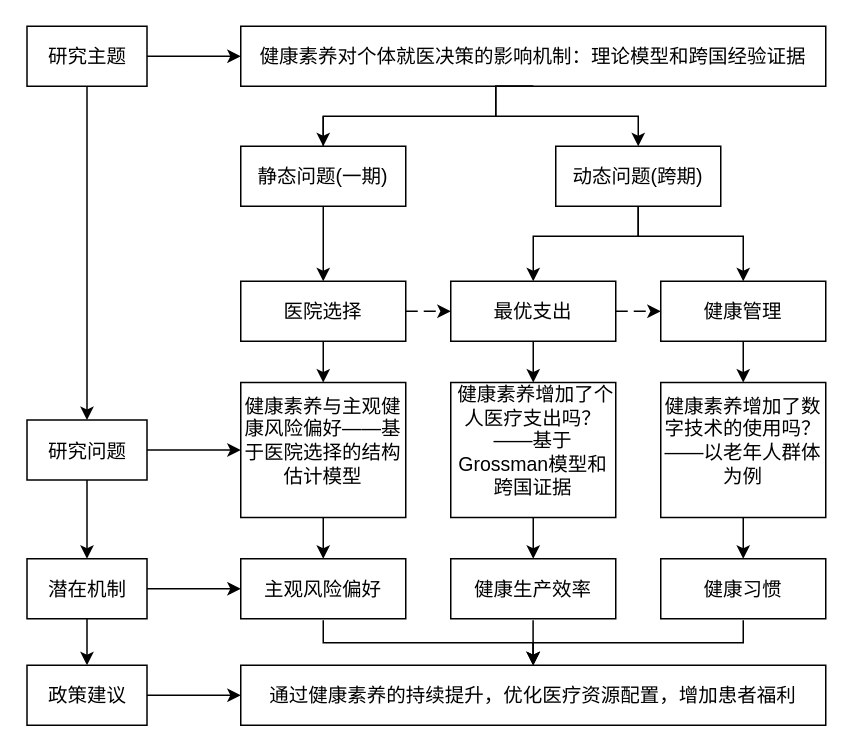
Above: proposal.drawio in BWaaaa/AdvancedDID (draw.io), before the change. Source tidied: cells renumbered, new cells numbered last; positions are measured from the earlier drawing's top-left corner, leaving out a move shared by most shapes. Both pictures are drawn from the tidied source at 150%, with x=0, y=0 at pixel (27, 26).
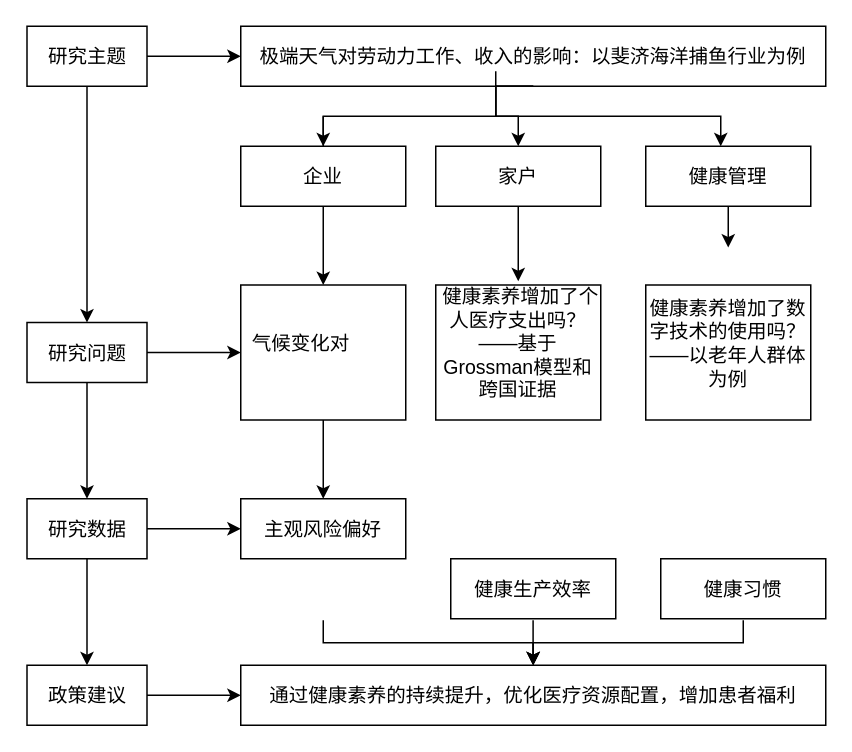
After the change.

Unchanged cells that the change refers to:
```xml
<mxCell id="38" value="健康习惯" style="rounded=0;whiteSpace=wrap;html=1;fontFamily=宋体;fontSize=13;" parent="1" vertex="1">
  <mxGeometry x="422" y="355" width="110" height="40" as="geometry" />
</mxCell>
<mxCell id="39" value="健康生产效率" style="rounded=0;whiteSpace=wrap;html=1;fontFamily=宋体;fontSize=13;" parent="1" vertex="1">
  <mxGeometry x="282" y="355" width="110" height="40" as="geometry" />
</mxCell>
```

Change to the diagram source:
```diff
@@
-    <mxCell id="2" value="&lt;font style=&quot;font-size: 13px;&quot;&gt;健康素养对个体就医决策的影响机制：理论模型和跨国经验证据&lt;/font&gt;" style="rounded=0;whiteSpace=wrap;html=1;fontFamily=宋体;fontSize=13;" parent="1" vertex="1">
+    <mxCell id="2" value="&lt;div&gt;极端天气对劳动力工作、收入的影响：以斐济海洋捕鱼行业为例&lt;/div&gt;" style="rounded=0;whiteSpace=wrap;html=1;fontFamily=宋体;fontSize=13;" parent="1" vertex="1">
       <mxGeometry x="142" width="390" height="40" as="geometry" />
     </mxCell>
-    <mxCell id="3" style="edgeStyle=orthogonalEdgeStyle;rounded=0;jettySize=auto;html=1;fontFamily=宋体;fontSize=13;" parent="1" edge="1" source="4" target="15">
-      <mxGeometry relative="1" as="geometry" />
+    <mxCell id="3" style="edgeStyle=orthogonalEdgeStyle;rounded=0;jettySize=auto;html=1;fontFamily=宋体;fontSize=13;" parent="1" edge="1" source="4">
+      <mxGeometry relative="1" as="geometry">
+        <mxPoint x="467" y="147.5" as="targetPoint" />
+      </mxGeometry>
     </mxCell>
     <mxCell id="4" value="健康管理" style="rounded=0;whiteSpace=wrap;html=1;fontFamily=宋体;fontSize=13;" parent="1" vertex="1">
-      <mxGeometry x="422" y="170" width="110" height="40" as="geometry" />
+      <mxGeometry x="412" y="80" width="110" height="40" as="geometry" />
     </mxCell>
@@
-    <mxCell id="6" style="edgeStyle=orthogonalEdgeStyle;rounded=0;jettySize=auto;html=1;fontFamily=宋体;fontSize=13;" parent="1" edge="1" source="7" target="32">
-      <mxGeometry relative="1" as="geometry" />
-    </mxCell>
+    <mxCell id="44" style="edgeStyle=orthogonalEdgeStyle;rounded=0;jettySize=auto;html=1;" parent="1" edge="1" source="7" target="11">
+      <mxGeometry relative="1" as="geometry" />
+    </mxCell>
-    <mxCell id="7" value="静态问题(一期)" style="rounded=0;whiteSpace=wrap;html=1;fontFamily=宋体;fontSize=13;" parent="1" vertex="1">
+    <mxCell id="7" value="企业" style="rounded=0;whiteSpace=wrap;html=1;fontFamily=宋体;fontSize=13;" parent="1" vertex="1">
       <mxGeometry x="142" y="80" width="110" height="40" as="geometry" />
     </mxCell>
@@
-    <mxCell id="11" value="&lt;span style=&quot;text-indent: -22pt; background-color: initial; font-size: 13px;&quot;&gt;&lt;font style=&quot;font-size: 13px;&quot;&gt;健康素养与主观健康风险偏好——基于医院选择的结构估计模型&lt;/font&gt;&lt;/span&gt;&lt;p style=&quot;margin-top: 0cm; margin-right: 0cm; margin-left: 22pt; text-align: justify; line-height: 150%; font-size: 13px;&quot; class=&quot;MsoListParagraph&quot;&gt;&lt;span style=&quot;font-size: 13px;&quot; lang=&quot;EN-US&quot;&gt;&lt;/span&gt;&lt;/p&gt;" style="rounded=0;whiteSpace=wrap;html=1;fontFamily=宋体;fontSize=13;" parent="1" vertex="1">
-      <mxGeometry x="142" y="237.5" width="110" height="90" as="geometry" />
+    <mxCell id="11" value="&lt;div style=&quot;text-indent: -29.3333px;&quot;&gt;气候变化对&lt;/div&gt;&lt;p style=&quot;margin-top: 0cm; margin-right: 0cm; margin-left: 22pt; text-align: justify; line-height: 150%; font-size: 13px;&quot; class=&quot;MsoListParagraph&quot;&gt;&lt;span style=&quot;font-size: 13px;&quot; lang=&quot;EN-US&quot;&gt;&lt;/span&gt;&lt;/p&gt;" style="rounded=0;whiteSpace=wrap;html=1;fontFamily=宋体;fontSize=13;" parent="1" vertex="1">
+      <mxGeometry x="142" y="172.5" width="110" height="90" as="geometry" />
     </mxCell>
-    <mxCell id="12" style="edgeStyle=orthogonalEdgeStyle;curved=1;rounded=0;jettySize=auto;html=1;fontFamily=宋体;fontSize=13;" parent="1" edge="1" source="13" target="39">
-      <mxGeometry relative="1" as="geometry" />
-    </mxCell>
     <mxCell id="13" value="&lt;font style=&quot;font-size: 13px;&quot;&gt;&lt;span style=&quot;text-align: justify; text-indent: -22pt; background-color: initial; font-size: 13px;&quot; lang=&quot;EN-US&quot;&gt;&amp;nbsp;&lt;/span&gt;&lt;span style=&quot;text-align: justify; text-indent: -22pt; background-color: initial; font-size: 13px;&quot;&gt;健康素养增加了个人医疗支出吗？——基于&lt;/span&gt;&lt;span style=&quot;text-align: justify; text-indent: -22pt; background-color: initial; font-size: 13px;&quot; lang=&quot;EN-US&quot;&gt;Grossman&lt;/span&gt;&lt;span style=&quot;text-align: justify; text-indent: -22pt; background-color: initial; font-size: 13px;&quot;&gt;模型和跨国证据&lt;/span&gt;&lt;/font&gt;&lt;p style=&quot;margin-top: 0cm; margin-right: 0cm; margin-left: 22pt; text-align: justify; line-height: 150%; font-size: 13px;&quot; class=&quot;MsoListParagraph&quot;&gt;&lt;span style=&quot;font-size: 13px;&quot; lang=&quot;EN-US&quot;&gt;&lt;/span&gt;&lt;/p&gt;" style="rounded=0;whiteSpace=wrap;html=1;fontFamily=宋体;fontSize=13;" parent="1" vertex="1">
-      <mxGeometry x="282" y="237.5" width="110" height="90" as="geometry" />
+      <mxGeometry x="272" y="172.5" width="110" height="90" as="geometry" />
     </mxCell>
-    <mxCell id="14" style="edgeStyle=orthogonalEdgeStyle;curved=1;rounded=0;jettySize=auto;html=1;fontFamily=宋体;fontSize=13;" parent="1" edge="1" source="15" target="38">
-      <mxGeometry relative="1" as="geometry" />
-    </mxCell>
     <mxCell id="15" value="&lt;font style=&quot;font-size: 13px;&quot;&gt;&lt;span style=&quot;font-size: 13px;&quot;&gt;健康素养增加了数字技术的使用吗？&lt;/span&gt;&lt;span style=&quot;text-indent: -29.3333px; font-size: 13px;&quot;&gt;——&lt;/span&gt;&lt;span style=&quot;font-size: 13px;&quot;&gt;以老年人群体为例&lt;/span&gt;&lt;/font&gt;&lt;br style=&quot;font-size: 13px;&quot;&gt;&lt;p class=&quot;MsoListParagraph&quot; style=&quot;margin-top: 0cm; margin-right: 0cm; margin-left: 22pt; line-height: 150%; font-size: 13px;&quot;&gt;&lt;span lang=&quot;EN-US&quot; style=&quot;font-size: 13px;&quot;&gt;&lt;/span&gt;&lt;/p&gt;" style="rounded=0;whiteSpace=wrap;html=1;align=center;fontFamily=宋体;fontSize=13;" parent="1" vertex="1">
-      <mxGeometry x="422" y="237.5" width="110" height="90" as="geometry" />
+      <mxGeometry x="412" y="172.5" width="110" height="90" as="geometry" />
     </mxCell>
@@
+    <mxCell id="45" style="edgeStyle=orthogonalEdgeStyle;rounded=0;jettySize=auto;html=1;" parent="1" edge="1" source="18">
+      <mxGeometry relative="1" as="geometry">
+        <mxPoint x="327" y="170" as="targetPoint" />
+      </mxGeometry>
+    </mxCell>
-    <mxCell id="18" value="动态问题(跨期)" style="rounded=0;whiteSpace=wrap;html=1;fontFamily=宋体;fontSize=13;" parent="1" vertex="1">
-      <mxGeometry x="352" y="80" width="110" height="40" as="geometry" />
+    <mxCell id="18" value="家户" style="rounded=0;whiteSpace=wrap;html=1;fontFamily=宋体;fontSize=13;" parent="1" vertex="1">
+      <mxGeometry x="272" y="80" width="110" height="40" as="geometry" />
     </mxCell>
@@
     <mxCell id="23" value="研究问题" style="rounded=0;whiteSpace=wrap;html=1;fontFamily=宋体;fontSize=13;" parent="1" vertex="1">
-      <mxGeometry x="-0.5" y="262.5" width="80" height="40" as="geometry" />
+      <mxGeometry x="-0.5" y="197.5" width="80" height="40" as="geometry" />
     </mxCell>
@@
-    <mxCell id="26" value="潜在机制" style="rounded=0;whiteSpace=wrap;html=1;fontFamily=宋体;fontSize=13;" parent="1" vertex="1">
-      <mxGeometry x="-0.5" y="355" width="80" height="40" as="geometry" />
+    <mxCell id="26" value="研究数据" style="rounded=0;whiteSpace=wrap;html=1;fontFamily=宋体;fontSize=13;" parent="1" vertex="1">
+      <mxGeometry x="-0.5" y="315" width="80" height="40" as="geometry" />
     </mxCell>
@@
-    <mxCell id="30" style="edgeStyle=orthogonalEdgeStyle;rounded=0;jettySize=auto;html=1;dashed=1;dashPattern=8 8;fontFamily=宋体;fontSize=13;" parent="1" edge="1" source="32" target="35">
-      <mxGeometry relative="1" as="geometry" />
-    </mxCell>
-    <mxCell id="31" style="edgeStyle=orthogonalEdgeStyle;rounded=0;jettySize=auto;html=1;fontFamily=宋体;fontSize=13;" parent="1" edge="1" source="32" target="11">
-      <mxGeometry relative="1" as="geometry" />
-    </mxCell>
-    <mxCell id="32" value="医院选择" style="rounded=0;whiteSpace=wrap;html=1;fontFamily=宋体;fontSize=13;" parent="1" vertex="1">
-      <mxGeometry x="142" y="170" width="110" height="40" as="geometry" />
-    </mxCell>
-    <mxCell id="33" style="edgeStyle=orthogonalEdgeStyle;rounded=0;jettySize=auto;html=1;dashed=1;dashPattern=8 8;fontFamily=宋体;fontSize=13;" parent="1" edge="1" source="35" target="4">
-      <mxGeometry relative="1" as="geometry" />
-    </mxCell>
-    <mxCell id="34" style="edgeStyle=orthogonalEdgeStyle;rounded=0;jettySize=auto;html=1;fontFamily=宋体;fontSize=13;" parent="1" edge="1" source="35" target="13">
-      <mxGeometry relative="1" as="geometry" />
-    </mxCell>
-    <mxCell id="35" value="最优支出" style="rounded=0;whiteSpace=wrap;html=1;fontFamily=宋体;fontSize=13;" parent="1" vertex="1">
-      <mxGeometry x="282" y="170" width="110" height="40" as="geometry" />
-    </mxCell>
@@
     <mxCell id="37" style="endArrow=classic;html=1;rounded=0;exitX=0.5;exitY=1;exitDx=0;exitDy=0;entryX=0.5;entryY=0;entryDx=0;entryDy=0;edgeStyle=orthogonalEdgeStyle;fontFamily=宋体;fontSize=13;" parent="1" edge="1" source="2" target="18">
       <mxGeometry relative="1" as="geometry">
         <Array as="points">
           <mxPoint x="312" y="40" />
           <mxPoint x="312" y="60" />
-          <mxPoint x="407" y="60" />
+          <mxPoint x="327" y="60" />
         </Array>
       </mxGeometry>
     </mxCell>
@@
     <mxCell id="40" value="主观风险偏好" style="rounded=0;whiteSpace=wrap;html=1;fontFamily=宋体;fontSize=13;" parent="1" vertex="1">
-      <mxGeometry x="142" y="355" width="110" height="40" as="geometry" />
+      <mxGeometry x="142" y="315" width="110" height="40" as="geometry" />
     </mxCell>
-    <mxCell id="41" style="endArrow=classic;html=1;rounded=0;exitX=0.5;exitY=1;exitDx=0;exitDy=0;entryX=0.5;entryY=0;entryDx=0;entryDy=0;edgeStyle=orthogonalEdgeStyle;fontFamily=宋体;fontSize=13;" parent="1" edge="1" source="18" target="35">
-      <mxGeometry relative="1" as="geometry">
-        <Array as="points">
-          <mxPoint x="407" y="140" />
-          <mxPoint x="337" y="140" />
-        </Array>
-      </mxGeometry>
-    </mxCell>
-    <mxCell id="42" style="endArrow=classic;html=1;rounded=0;exitX=0.5;exitY=1;exitDx=0;exitDy=0;entryX=0.5;entryY=0;entryDx=0;entryDy=0;edgeStyle=orthogonalEdgeStyle;fontFamily=宋体;fontSize=13;" parent="1" edge="1" source="18" target="4">
-      <mxGeometry relative="1" as="geometry">
-        <Array as="points">
-          <mxPoint x="407" y="140" />
-          <mxPoint x="477" y="140" />
-        </Array>
-      </mxGeometry>
-    </mxCell>
@@
+    <mxCell id="46" style="endArrow=classic;html=1;rounded=0;edgeStyle=orthogonalEdgeStyle;fontFamily=宋体;fontSize=13;" parent="1" edge="1">
+      <mxGeometry relative="1" as="geometry">
+        <mxPoint x="312" y="30" as="sourcePoint" />
+        <mxPoint x="462" y="80" as="targetPoint" />
+        <Array as="points">
+          <mxPoint x="312" y="60" />
+          <mxPoint x="462" y="60" />
+        </Array>
+      </mxGeometry>
+    </mxCell>
```
